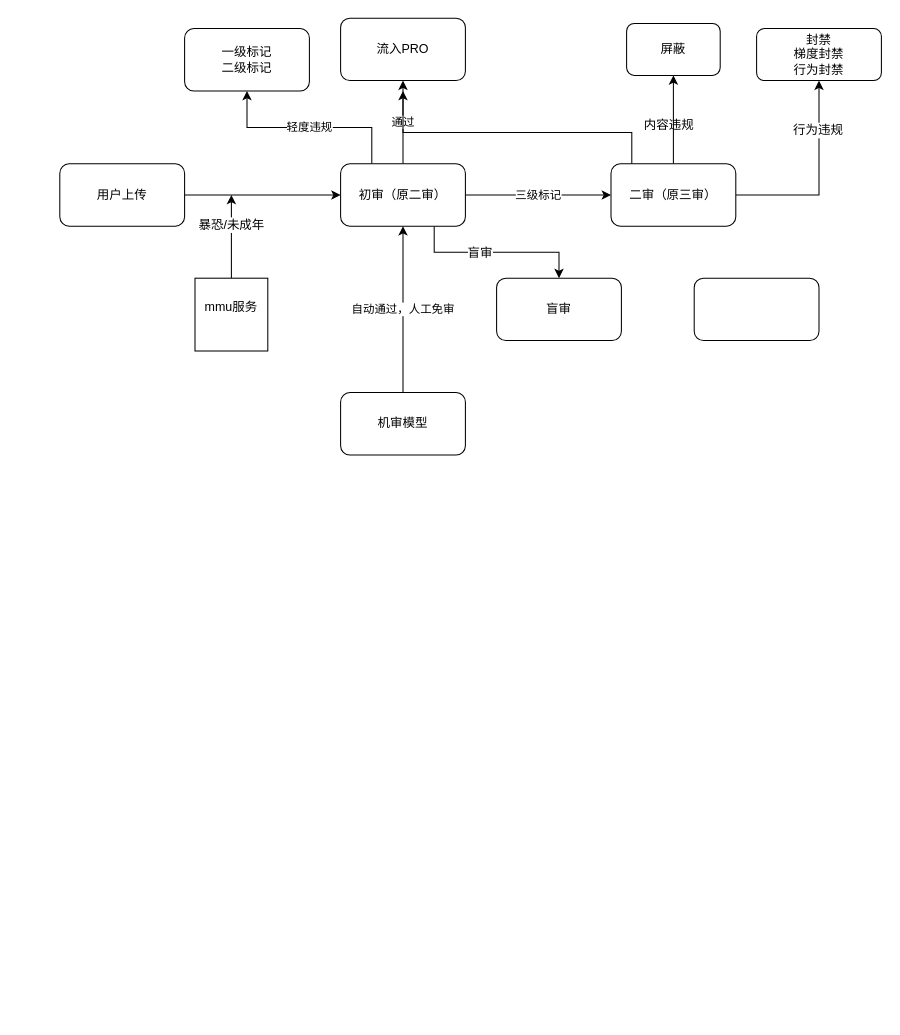
This is Untitled Diagram.drawio from Daniel-lw/drawIo, a draw.io file, before an edit. Source tidied: cells renumbered, new cells numbered last; positions are measured from the earlier drawing's top-left corner, leaving out a move shared by most shapes. Both pictures are drawn from the tidied source at 104%, with x=0, y=0 at pixel (59, 18).
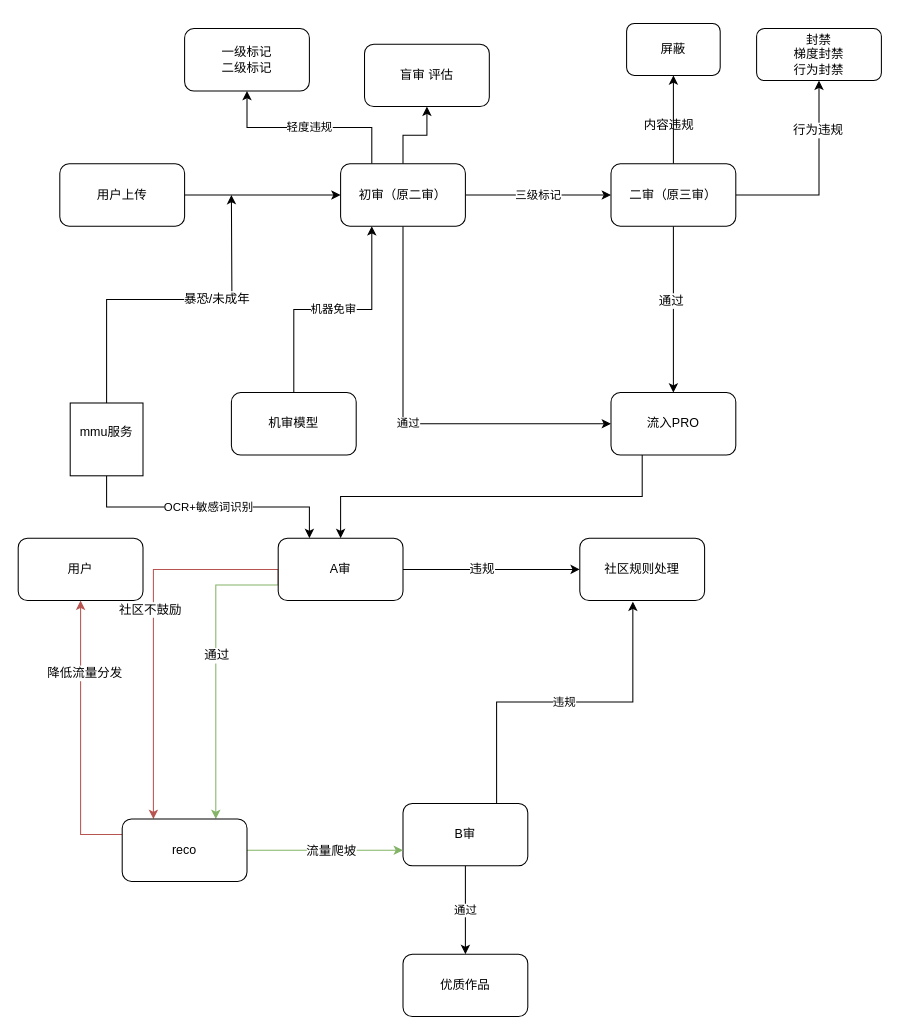
The same diagram, later.

Unchanged cells that the change refers to:
```xml
<mxCell id="9" value="初审（原二审）" style="rounded=1;whiteSpace=wrap;html=1;" parent="1" vertex="1">
  <mxGeometry x="270" y="140" width="120" height="60" as="geometry" />
</mxCell>
<mxCell id="14" value="二审（原三审）" style="rounded=1;whiteSpace=wrap;html=1;" parent="1" vertex="1">
  <mxGeometry x="530" y="140" width="120" height="60" as="geometry" />
</mxCell>
<mxCell id="19" value="一级标记&lt;br&gt;二级标记&lt;br&gt;" style="rounded=1;whiteSpace=wrap;html=1;" parent="1" vertex="1">
  <mxGeometry x="120" y="10" width="120" height="60" as="geometry" />
</mxCell>
```

Diff of the diagram source:
```diff
@@
+    <mxCell id="6" value="轻度违规" style="edgeStyle=orthogonalEdgeStyle;rounded=0;jettySize=auto;html=1;exitX=0.25;exitY=0;exitDx=0;exitDy=0;entryX=0.5;entryY=1;entryDx=0;entryDy=0;" parent="1" edge="1" source="9" target="19">
+      <mxGeometry relative="1" as="geometry" />
+    </mxCell>
-    <mxCell id="5" value="通过" style="edgeStyle=orthogonalEdgeStyle;rounded=0;jettySize=auto;html=1;exitX=0.5;exitY=0;exitDx=0;exitDy=0;entryX=0.5;entryY=1;entryDx=0;entryDy=0;" parent="1" edge="1" source="9" target="18">
+    <mxCell id="5" value="通过" style="edgeStyle=orthogonalEdgeStyle;rounded=0;jettySize=auto;html=1;exitX=0.5;exitY=1;exitDx=0;exitDy=0;entryX=0;entryY=0.5;entryDx=0;entryDy=0;" parent="1" edge="1" source="9" target="18">
       <mxGeometry relative="1" as="geometry" />
     </mxCell>
-    <mxCell id="6" value="轻度违规" style="edgeStyle=orthogonalEdgeStyle;rounded=0;jettySize=auto;html=1;exitX=0.25;exitY=0;exitDx=0;exitDy=0;entryX=0.5;entryY=1;entryDx=0;entryDy=0;" parent="1" edge="1" source="9" target="19">
-      <mxGeometry relative="1" as="geometry" />
-    </mxCell>
-    <mxCell id="7" style="edgeStyle=orthogonalEdgeStyle;rounded=0;jettySize=auto;html=1;exitX=0.75;exitY=1;exitDx=0;exitDy=0;entryX=0.5;entryY=0;entryDx=0;entryDy=0;" parent="1" edge="1" source="9" target="25">
+    <mxCell id="7" style="edgeStyle=orthogonalEdgeStyle;rounded=0;jettySize=auto;html=1;exitX=0.5;exitY=0;exitDx=0;exitDy=0;entryX=0.5;entryY=1;entryDx=0;entryDy=0;" parent="1" edge="1" source="9" target="25">
       <mxGeometry relative="1" as="geometry" />
     </mxCell>
-    <mxCell id="8" value="盲审" style="text;html=1;align=center;verticalAlign=middle;labelBackgroundColor=#ffffff;" parent="7" vertex="1">
-      <mxGeometry x="-0.2" relative="1" as="geometry" />
-    </mxCell>
@@
-    <mxCell id="10" style="edgeStyle=orthogonalEdgeStyle;rounded=0;jettySize=auto;html=1;" parent="1" edge="1" source="14">
-      <mxGeometry relative="1" as="geometry">
-        <mxPoint x="330" y="70" as="targetPoint" />
-        <Array as="points">
-          <mxPoint x="550" y="110" />
-          <mxPoint x="330" y="110" />
-        </Array>
-      </mxGeometry>
-    </mxCell>
@@
+    <mxCell id="27" style="edgeStyle=orthogonalEdgeStyle;rounded=0;jettySize=auto;html=1;exitX=0.5;exitY=1;exitDx=0;exitDy=0;" parent="1" edge="1" source="14" target="18">
+      <mxGeometry relative="1" as="geometry" />
+    </mxCell>
+    <mxCell id="28" value="通过" style="text;html=1;align=center;verticalAlign=middle;labelBackgroundColor=#ffffff;" parent="27" vertex="1">
+      <mxGeometry x="-0.11" y="-3" relative="1" as="geometry" />
+    </mxCell>
@@
+    <mxCell id="29" value="OCR+敏感词识别" style="edgeStyle=orthogonalEdgeStyle;rounded=0;jettySize=auto;html=1;exitX=0.5;exitY=1;exitDx=0;exitDy=0;entryX=0.25;entryY=0;entryDx=0;entryDy=0;" parent="1" edge="1" source="17" target="37">
+      <mxGeometry relative="1" as="geometry" />
+    </mxCell>
     <mxCell id="17" value="mmu服务&lt;br&gt;&lt;br&gt;" style="whiteSpace=wrap;html=1;" parent="1" vertex="1">
-      <mxGeometry x="130" y="250" width="70" height="70" as="geometry" />
+      <mxGeometry x="10" y="370" width="70" height="70" as="geometry" />
     </mxCell>
+    <mxCell id="30" style="edgeStyle=orthogonalEdgeStyle;rounded=0;jettySize=auto;html=1;exitX=0.25;exitY=1;exitDx=0;exitDy=0;entryX=0.5;entryY=0;entryDx=0;entryDy=0;" parent="1" edge="1" source="18" target="37">
+      <mxGeometry relative="1" as="geometry" />
+    </mxCell>
     <mxCell id="18" value="流入PRO" style="rounded=1;whiteSpace=wrap;html=1;" parent="1" vertex="1">
-      <mxGeometry x="270" width="120" height="60" as="geometry" />
+      <mxGeometry x="530" y="360" width="120" height="60" as="geometry" />
     </mxCell>
@@
-    <mxCell id="23" value="自动通过，人工免审" style="edgeStyle=orthogonalEdgeStyle;rounded=0;jettySize=auto;html=1;exitX=0.5;exitY=0;exitDx=0;exitDy=0;entryX=0.5;entryY=1;entryDx=0;entryDy=0;" parent="1" edge="1" source="24" target="9">
+    <mxCell id="23" value="机器免审" style="edgeStyle=orthogonalEdgeStyle;rounded=0;jettySize=auto;html=1;exitX=0.5;exitY=0;exitDx=0;exitDy=0;entryX=0.25;entryY=1;entryDx=0;entryDy=0;" parent="1" edge="1" source="24" target="9">
       <mxGeometry relative="1" as="geometry" />
     </mxCell>
     <mxCell id="24" value="机审模型" style="rounded=1;whiteSpace=wrap;html=1;" parent="1" vertex="1">
-      <mxGeometry x="270" y="360" width="120" height="60" as="geometry" />
+      <mxGeometry x="165" y="360" width="120" height="60" as="geometry" />
     </mxCell>
-    <mxCell id="25" value="盲审" style="rounded=1;whiteSpace=wrap;html=1;" parent="1" vertex="1">
-      <mxGeometry x="420" y="250" width="120" height="60" as="geometry" />
+    <mxCell id="25" value="盲审 评估" style="rounded=1;whiteSpace=wrap;html=1;" parent="1" vertex="1">
+      <mxGeometry x="293" y="25" width="120" height="60" as="geometry" />
     </mxCell>
-    <mxCell id="26" style="rounded=1;whiteSpace=wrap;html=1;" parent="1" vertex="1">
-      <mxGeometry x="610" y="250" width="120" height="60" as="geometry" />
-    </mxCell>
+    <mxCell id="31" style="edgeStyle=orthogonalEdgeStyle;rounded=0;jettySize=auto;html=1;exitX=1;exitY=0.5;exitDx=0;exitDy=0;entryX=0;entryY=0.5;entryDx=0;entryDy=0;" parent="1" edge="1" source="37" target="39">
+      <mxGeometry relative="1" as="geometry" />
+    </mxCell>
+    <mxCell id="32" value="违规" style="text;html=1;align=center;verticalAlign=middle;labelBackgroundColor=#ffffff;" parent="31" vertex="1">
+      <mxGeometry x="-0.12" y="1" relative="1" as="geometry" />
+    </mxCell>
+    <mxCell id="33" style="edgeStyle=orthogonalEdgeStyle;rounded=0;jettySize=auto;html=1;exitX=0;exitY=0.75;exitDx=0;exitDy=0;entryX=0.25;entryY=0;entryDx=0;entryDy=0;fillColor=#f8cecc;strokeColor=#b85450;" parent="1" edge="1" source="37" target="47">
+      <mxGeometry relative="1" as="geometry">
+        <Array as="points">
+          <mxPoint x="210" y="530" />
+          <mxPoint x="90" y="530" />
+        </Array>
+      </mxGeometry>
+    </mxCell>
+    <mxCell id="34" value="社区不鼓励" style="text;html=1;align=center;verticalAlign=middle;labelBackgroundColor=#ffffff;" parent="33" vertex="1">
+      <mxGeometry x="-0.25" y="32" relative="1" as="geometry">
+        <mxPoint x="-36" y="32" as="offset" />
+      </mxGeometry>
+    </mxCell>
+    <mxCell id="35" style="edgeStyle=orthogonalEdgeStyle;rounded=0;jettySize=auto;html=1;exitX=0;exitY=0.75;exitDx=0;exitDy=0;entryX=0.75;entryY=0;entryDx=0;entryDy=0;fillColor=#d5e8d4;strokeColor=#82b366;" parent="1" edge="1" source="37" target="47">
+      <mxGeometry relative="1" as="geometry" />
+    </mxCell>
+    <mxCell id="36" value="通过" style="text;html=1;align=center;verticalAlign=middle;labelBackgroundColor=#ffffff;" parent="35" vertex="1">
+      <mxGeometry x="-0.11" relative="1" as="geometry" />
+    </mxCell>
+    <mxCell id="37" value="A审" style="rounded=1;whiteSpace=wrap;html=1;" parent="1" vertex="1">
+      <mxGeometry x="210" y="500" width="120" height="60" as="geometry" />
+    </mxCell>
+    <mxCell id="38" value="用户" style="rounded=1;whiteSpace=wrap;html=1;" parent="1" vertex="1">
+      <mxGeometry x="-40" y="500" width="120" height="60" as="geometry" />
+    </mxCell>
+    <mxCell id="39" value="社区规则处理" style="rounded=1;whiteSpace=wrap;html=1;" parent="1" vertex="1">
+      <mxGeometry x="500" y="500" width="120" height="60" as="geometry" />
+    </mxCell>
+    <mxCell id="40" value="违规" style="edgeStyle=orthogonalEdgeStyle;rounded=0;jettySize=auto;html=1;exitX=0.75;exitY=0;exitDx=0;exitDy=0;entryX=0.425;entryY=1.017;entryDx=0;entryDy=0;entryPerimeter=0;" parent="1" edge="1" source="42" target="39">
+      <mxGeometry relative="1" as="geometry" />
+    </mxCell>
+    <mxCell id="41" value="通过" style="edgeStyle=orthogonalEdgeStyle;rounded=0;jettySize=auto;html=1;exitX=0.5;exitY=1;exitDx=0;exitDy=0;" parent="1" edge="1" source="42" target="49">
+      <mxGeometry relative="1" as="geometry" />
+    </mxCell>
+    <mxCell id="42" value="B审" style="rounded=1;whiteSpace=wrap;html=1;" parent="1" vertex="1">
+      <mxGeometry x="330" y="755" width="120" height="60" as="geometry" />
+    </mxCell>
+    <mxCell id="43" style="edgeStyle=orthogonalEdgeStyle;rounded=0;jettySize=auto;html=1;exitX=0;exitY=0.25;exitDx=0;exitDy=0;entryX=0.5;entryY=1;entryDx=0;entryDy=0;fillColor=#f8cecc;strokeColor=#b85450;" parent="1" edge="1" source="47" target="38">
+      <mxGeometry relative="1" as="geometry" />
+    </mxCell>
+    <mxCell id="44" value="降低流量分发" style="text;html=1;align=center;verticalAlign=middle;labelBackgroundColor=#ffffff;" parent="43" vertex="1">
+      <mxGeometry x="0.48" y="-3" relative="1" as="geometry" />
+    </mxCell>
+    <mxCell id="45" style="edgeStyle=orthogonalEdgeStyle;rounded=0;jettySize=auto;html=1;exitX=1;exitY=0.5;exitDx=0;exitDy=0;entryX=0;entryY=0.75;entryDx=0;entryDy=0;fillColor=#d5e8d4;strokeColor=#82b366;" parent="1" edge="1" source="47" target="42">
+      <mxGeometry relative="1" as="geometry" />
+    </mxCell>
+    <mxCell id="46" value="流量爬坡" style="text;html=1;align=center;verticalAlign=middle;labelBackgroundColor=#ffffff;" parent="45" vertex="1">
+      <mxGeometry x="0.05" y="-2" relative="1" as="geometry">
+        <mxPoint x="1" y="-2" as="offset" />
+      </mxGeometry>
+    </mxCell>
+    <mxCell id="47" value="reco" style="rounded=1;whiteSpace=wrap;html=1;" parent="1" vertex="1">
+      <mxGeometry x="60" y="770" width="120" height="60" as="geometry" />
+    </mxCell>
+    <mxCell id="48" style="edgeStyle=orthogonalEdgeStyle;rounded=0;orthogonalLoop=1;jettySize=auto;html=1;exitX=0.5;exitY=1;exitDx=0;exitDy=0;" parent="1" edge="1" source="38" target="38">
+      <mxGeometry relative="1" as="geometry" />
+    </mxCell>
+    <mxCell id="49" value="优质作品" style="rounded=1;whiteSpace=wrap;html=1;" parent="1" vertex="1">
+      <mxGeometry x="330" y="900" width="120" height="60" as="geometry" />
+    </mxCell>
```
